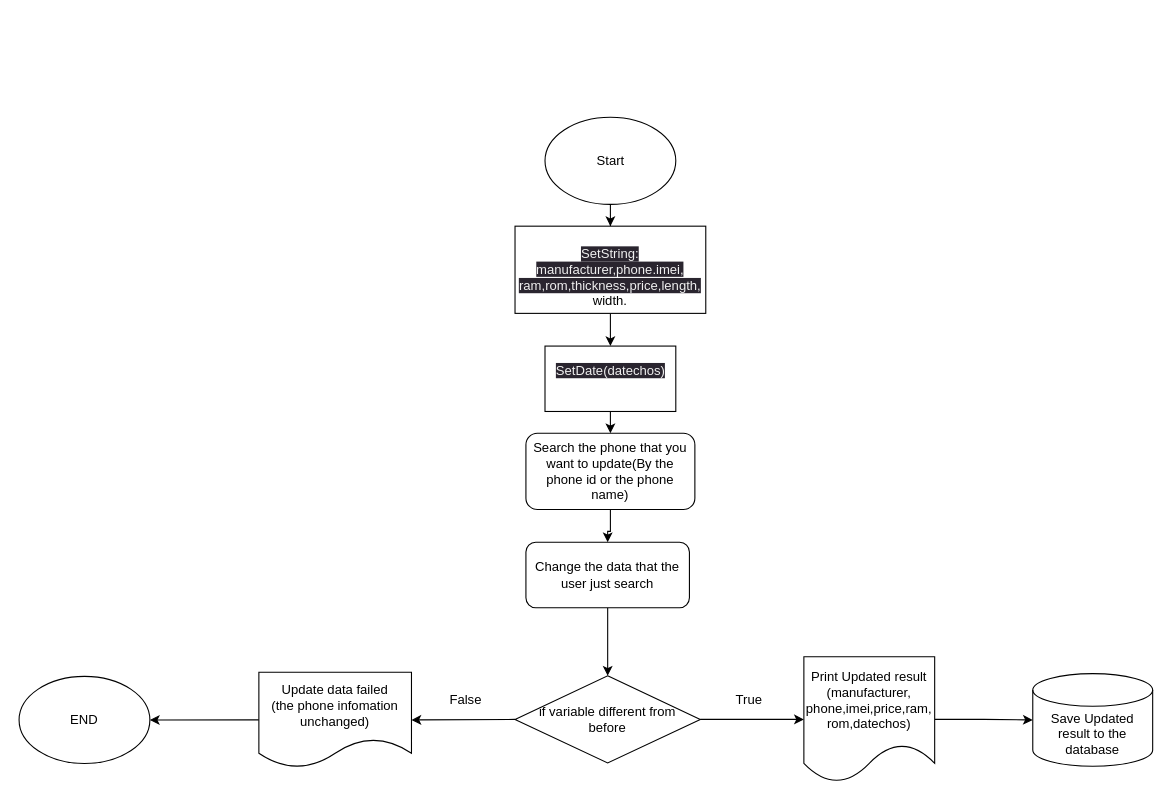
Above: new update.drawio in khanh8603/khanh8603 (draw.io), before the change. Source tidied: cells renumbered, new cells numbered last; positions are measured from the earlier drawing's top-left corner, leaving out a move shared by most shapes. Both pictures are drawn from the tidied source at 109%, with x=0, y=0 at pixel (19, 117).
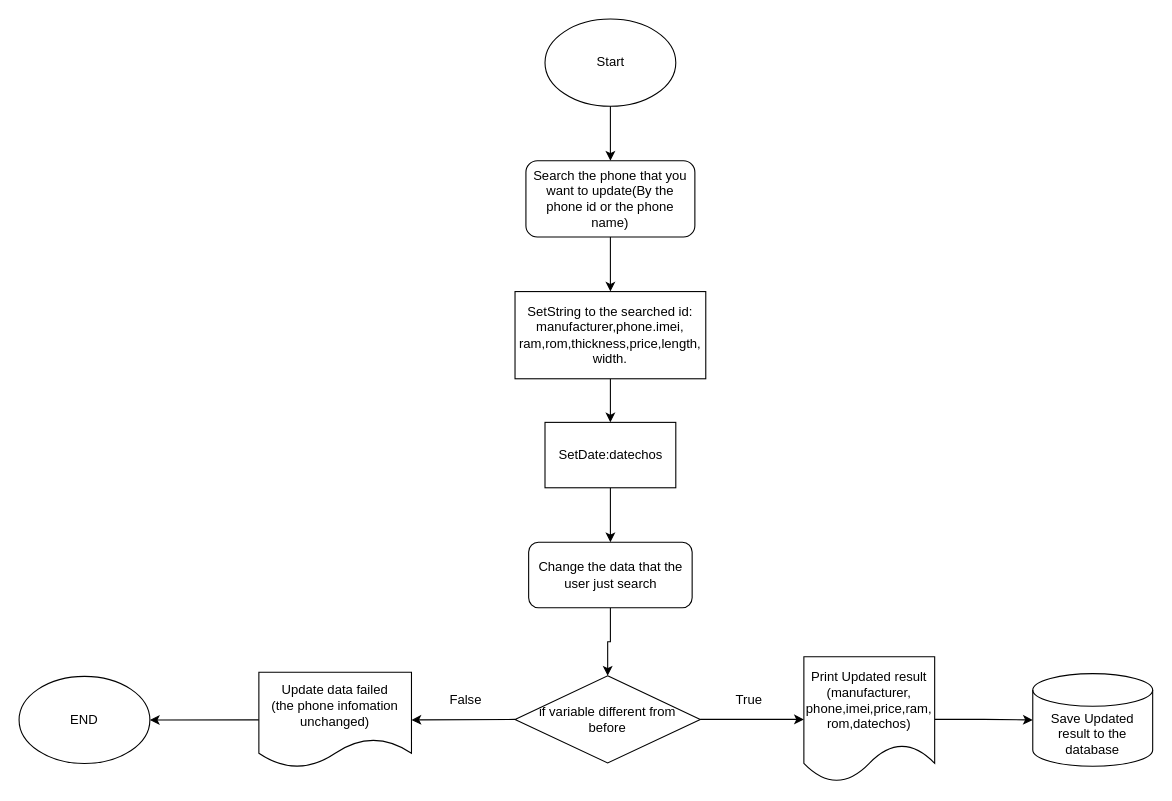
After the change.

Commit message:
Cập nhật new update.drawio

Change to the diagram source:
```diff
@@
-    <mxCell id="2" style="edgeStyle=orthogonalEdgeStyle;rounded=0;jettySize=auto;html=1;entryX=0.5;entryY=0;entryDx=0;entryDy=0;" parent="1" edge="1" source="3" target="15">
-      <mxGeometry relative="1" as="geometry" />
-    </mxCell>
     <mxCell id="3" value="Start" style="ellipse;whiteSpace=wrap;html=1;" parent="1" vertex="1">
-      <mxGeometry x="482.5" width="120" height="80" as="geometry" />
+      <mxGeometry x="482.5" y="-90" width="120" height="80" as="geometry" />
     </mxCell>
@@
-    <mxCell id="5" style="edgeStyle=orthogonalEdgeStyle;rounded=0;jettySize=auto;html=1;entryX=0.5;entryY=0;entryDx=0;entryDy=0;" parent="1" edge="1" target="19">
-      <mxGeometry relative="1" as="geometry">
-        <mxPoint x="544" y="270" as="sourcePoint" />
-      </mxGeometry>
-    </mxCell>
@@
-    <mxCell id="15" value="&lt;br&gt;&lt;span style=&quot;color: rgb(240, 240, 240); font-family: Helvetica; font-size: 12px; font-style: normal; font-variant-ligatures: normal; font-variant-caps: normal; font-weight: 400; letter-spacing: normal; orphans: 2; text-align: center; text-indent: 0px; text-transform: none; widows: 2; word-spacing: 0px; -webkit-text-stroke-width: 0px; background-color: rgb(42, 37, 47); text-decoration-thickness: initial; text-decoration-style: initial; text-decoration-color: initial; float: none; display: inline !important;&quot;&gt;SetString: manufacturer,phone.imei,&lt;/span&gt;&lt;br style=&quot;border-color: rgb(0, 0, 0); color: rgb(240, 240, 240); font-family: Helvetica; font-size: 12px; font-style: normal; font-variant-ligatures: normal; font-variant-caps: normal; font-weight: 400; letter-spacing: normal; orphans: 2; text-align: center; text-indent: 0px; text-transform: none; widows: 2; word-spacing: 0px; -webkit-text-stroke-width: 0px; background-color: rgb(42, 37, 47); text-decoration-thickness: initial; text-decoration-style: initial; text-decoration-color: initial;&quot;&gt;&lt;span style=&quot;color: rgb(240, 240, 240); font-family: Helvetica; font-size: 12px; font-style: normal; font-variant-ligatures: normal; font-variant-caps: normal; font-weight: 400; letter-spacing: normal; orphans: 2; text-align: center; text-indent: 0px; text-transform: none; widows: 2; word-spacing: 0px; -webkit-text-stroke-width: 0px; background-color: rgb(42, 37, 47); text-decoration-thickness: initial; text-decoration-style: initial; text-decoration-color: initial; float: none; display: inline !important;&quot;&gt;ram,rom,thickness,price,length,&lt;br&gt;&lt;/span&gt;width." style="rounded=0;whiteSpace=wrap;html=1;" parent="1" vertex="1">
-      <mxGeometry x="455" y="100" width="175" height="80" as="geometry" />
+    <mxCell id="15" value="&lt;div&gt;SetString to the searched id: manufacturer,phone.imei,&lt;/div&gt;&lt;div&gt;ram,rom,thickness,price,length,&lt;/div&gt;&lt;div&gt;width.&lt;/div&gt;" style="rounded=0;whiteSpace=wrap;html=1;" parent="1" vertex="1">
+      <mxGeometry x="455" y="160" width="175" height="80" as="geometry" />
     </mxCell>
-    <mxCell id="16" value="&#10;&lt;span style=&quot;color: rgb(240, 240, 240); font-family: Helvetica; font-size: 12px; font-style: normal; font-variant-ligatures: normal; font-variant-caps: normal; font-weight: 400; letter-spacing: normal; orphans: 2; text-align: center; text-indent: 0px; text-transform: none; widows: 2; word-spacing: 0px; -webkit-text-stroke-width: 0px; background-color: rgb(42, 37, 47); text-decoration-thickness: initial; text-decoration-style: initial; text-decoration-color: initial; float: none; display: inline !important;&quot;&gt;SetDate(datechos)&lt;/span&gt;&#10;&#10;" style="rounded=0;whiteSpace=wrap;html=1;" parent="1" vertex="1">
-      <mxGeometry x="482.5" y="210" width="120" height="60" as="geometry" />
-    </mxCell>
@@
-    <mxCell id="18" style="edgeStyle=orthogonalEdgeStyle;rounded=0;jettySize=auto;html=1;entryX=0.5;entryY=0;entryDx=0;entryDy=0;" parent="1" edge="1" source="19" target="21">
+    <mxCell id="18" style="edgeStyle=orthogonalEdgeStyle;rounded=0;jettySize=auto;html=1;entryX=0.5;entryY=0;entryDx=0;entryDy=0;" parent="1" edge="1" source="16" target="21">
       <mxGeometry relative="1" as="geometry" />
     </mxCell>
-    <mxCell id="19" value="Search the phone that you want to update(By the phone id or the phone name)" style="rounded=1;whiteSpace=wrap;html=1;" parent="1" vertex="1">
-      <mxGeometry x="465" y="290" width="155" height="70" as="geometry" />
-    </mxCell>
@@
     <mxCell id="21" value="Change the data that the user just search" style="rounded=1;whiteSpace=wrap;html=1;" parent="1" vertex="1">
-      <mxGeometry x="465" y="390" width="150" height="60" as="geometry" />
+      <mxGeometry x="467.5" y="390" width="150" height="60" as="geometry" />
     </mxCell>
@@
+    <mxCell id="23" style="edgeStyle=orthogonalEdgeStyle;rounded=0;jettySize=auto;html=1;entryX=0.5;entryY=0;entryDx=0;entryDy=0;" parent="1" edge="1" source="19" target="15">
+      <mxGeometry relative="1" as="geometry" />
+    </mxCell>
+    <mxCell id="16" value="SetDate:datechos" style="rounded=0;whiteSpace=wrap;html=1;" parent="1" vertex="1">
+      <mxGeometry x="482.5" y="280" width="120" height="60" as="geometry" />
+    </mxCell>
+    <mxCell id="24" style="edgeStyle=orthogonalEdgeStyle;rounded=0;jettySize=auto;html=1;entryX=0.5;entryY=0;entryDx=0;entryDy=0;" parent="1" edge="1" source="3" target="19">
+      <mxGeometry relative="1" as="geometry" />
+    </mxCell>
+    <mxCell id="19" value="Search the phone that you want to update(By the phone id or the phone name)" style="rounded=1;whiteSpace=wrap;html=1;" parent="1" vertex="1">
+      <mxGeometry x="465" y="40" width="155" height="70" as="geometry" />
+    </mxCell>
```
